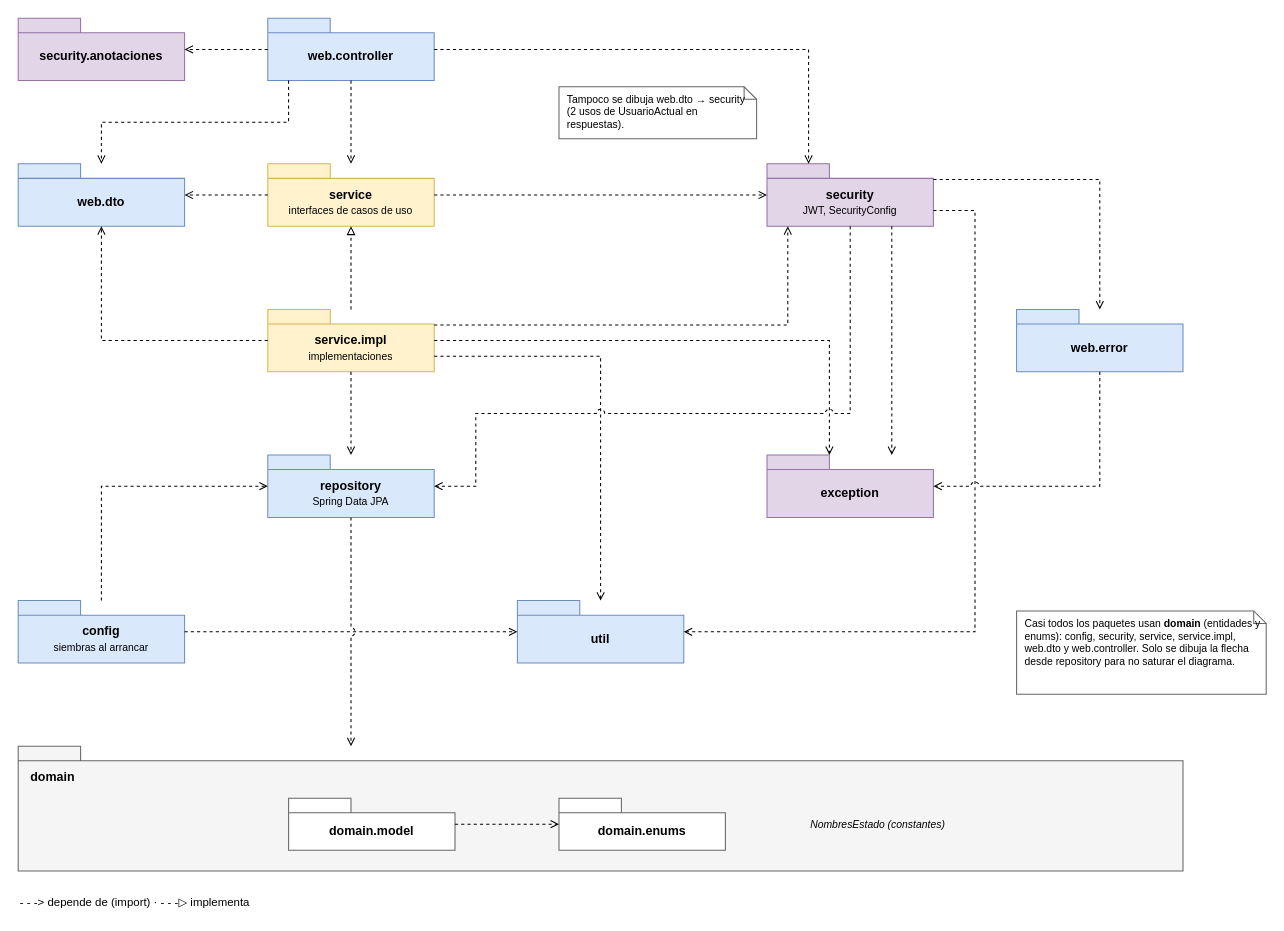
This is docs/diagramas/fuente/30-paquetes.drawio.xml from yor1008/propiedad-horizontal-back-end, a draw.io file, before an edit. Source tidied: cells renumbered, new cells numbered last; positions are measured from the earlier drawing's top-left corner, leaving out a move shared by most shapes. Both pictures are drawn from the tidied source at 104%, with x=0, y=0 at pixel (18, 18).
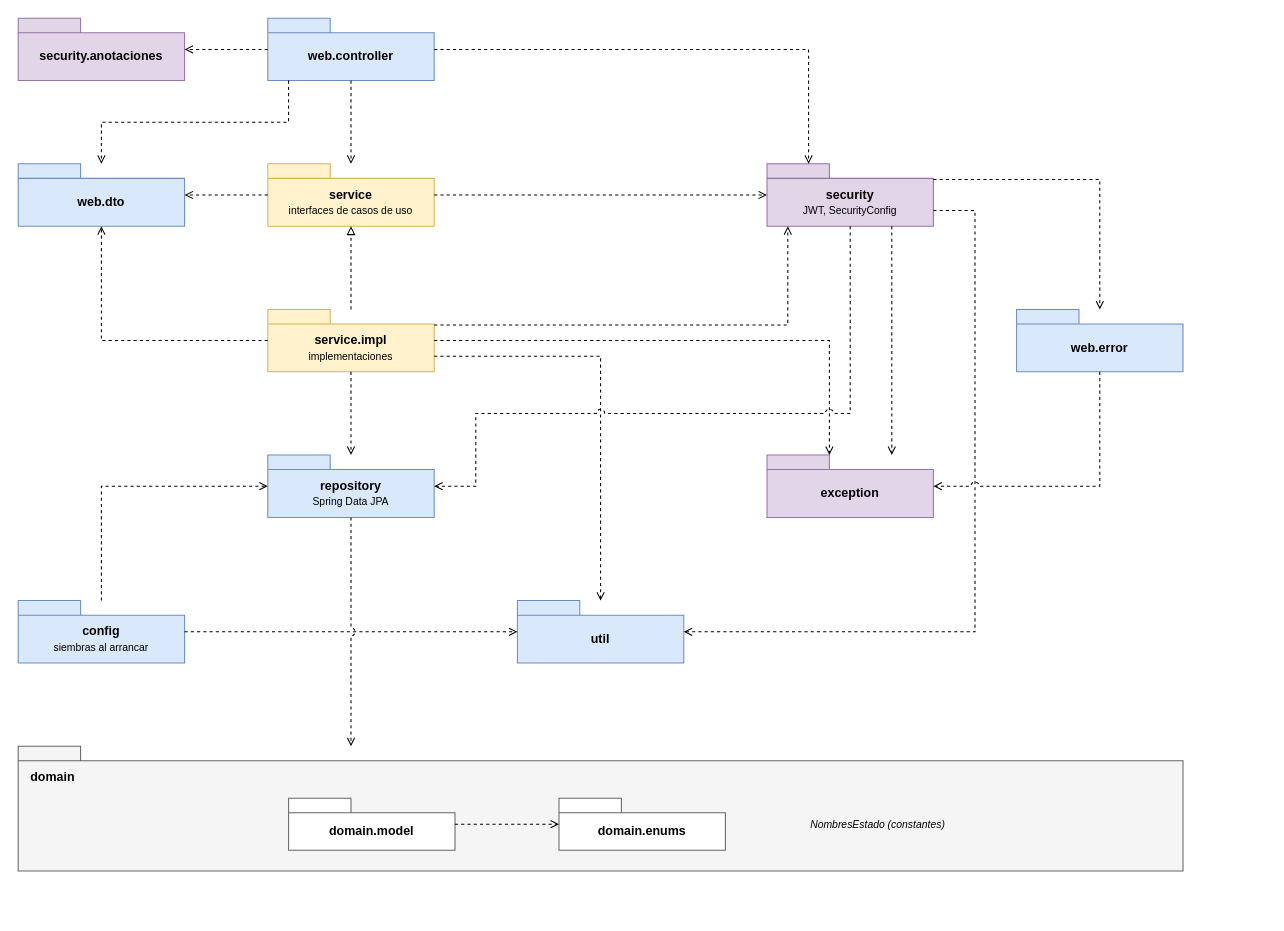
The same page after the edit.

Commit message (it also covers changes not shown here):
Quita las notas y la leyenda del diagrama de paquetes

Diff of the diagram source:
```diff
@@
-    <mxCell id="38" value="Casi todos los paquetes usan &lt;b&gt;domain&lt;/b&gt; (entidades y enums): config, security, service, service.impl, web.dto y web.controller. Solo se dibuja la flecha desde repository para no saturar el diagrama." style="shape=note;whiteSpace=wrap;html=1;size=12;align=left;spacingLeft=6;fontSize=10;fillColor=#ffffff;strokeColor=#666666;verticalAlign=top;" parent="1" vertex="1">
-      <mxGeometry x="960" y="570" width="240" height="80" as="geometry" />
-    </mxCell>
-    <mxCell id="39" value="Tampoco se dibuja web.dto → security (2 usos de UsuarioActual en respuestas)." style="shape=note;whiteSpace=wrap;html=1;size=12;align=left;spacingLeft=6;fontSize=10;fillColor=#ffffff;strokeColor=#666666;verticalAlign=top;" parent="1" vertex="1">
-      <mxGeometry x="520" y="66" width="190" height="50" as="geometry" />
-    </mxCell>
-    <mxCell id="40" value="- - -&amp;gt; depende de (import) · - - -▷ implementa" style="text;html=1;align=left;verticalAlign=middle;fontSize=11;" parent="1" vertex="1">
-      <mxGeometry y="840" width="700" height="20" as="geometry" />
-    </mxCell>
```
